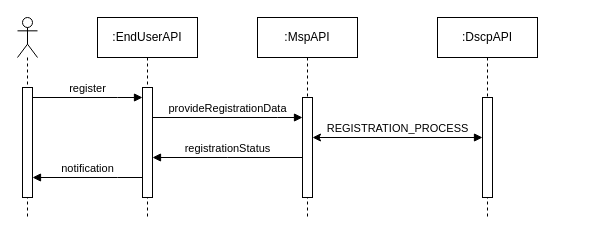
Above: page "onboarding" (3 of 4) of docs/files/figs/diagrams.drawio in FraunhoferISST/End-User-API (draw.io), before the change. Source tidied: cells renumbered, new cells numbered last; positions are measured from the earlier drawing's top-left corner, leaving out a move shared by most shapes. Both pictures are drawn from the tidied source at 100%, with x=0, y=0 at pixel (17, 7).
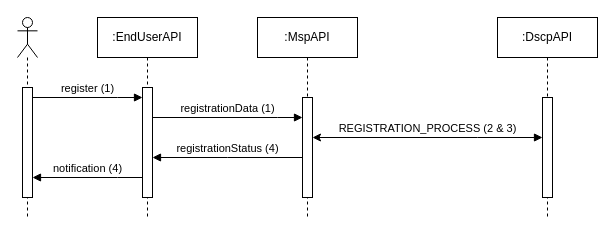
The same diagram, later.

The change refers to these unchanged cells:
```xml
<mxCell id="3" style="html=1;points=[];perimeter=orthogonalPerimeter;outlineConnect=0;targetShapes=umlLifeline;portConstraint=eastwest;newEdgeStyle={&quot;edgeStyle&quot;:&quot;elbowEdgeStyle&quot;,&quot;elbow&quot;:&quot;vertical&quot;,&quot;curved&quot;:0,&quot;rounded&quot;:0};" parent="2" vertex="1">
  <mxGeometry x="45" y="70" width="10" height="110" as="geometry" />
</mxCell>
<mxCell id="5" style="html=1;points=[];perimeter=orthogonalPerimeter;outlineConnect=0;targetShapes=umlLifeline;portConstraint=eastwest;newEdgeStyle={&quot;edgeStyle&quot;:&quot;elbowEdgeStyle&quot;,&quot;elbow&quot;:&quot;vertical&quot;,&quot;curved&quot;:0,&quot;rounded&quot;:0};" parent="4" vertex="1">
  <mxGeometry x="45" y="80" width="10" height="100" as="geometry" />
</mxCell>
<mxCell id="8" style="html=1;points=[];perimeter=orthogonalPerimeter;outlineConnect=0;targetShapes=umlLifeline;portConstraint=eastwest;newEdgeStyle={&quot;edgeStyle&quot;:&quot;elbowEdgeStyle&quot;,&quot;elbow&quot;:&quot;vertical&quot;,&quot;curved&quot;:0,&quot;rounded&quot;:0};" parent="7" vertex="1">
  <mxGeometry x="45" y="80" width="10" height="100" as="geometry" />
</mxCell>
<mxCell id="10" style="html=1;points=[];perimeter=orthogonalPerimeter;outlineConnect=0;targetShapes=umlLifeline;portConstraint=eastwest;newEdgeStyle={&quot;edgeStyle&quot;:&quot;elbowEdgeStyle&quot;,&quot;elbow&quot;:&quot;vertical&quot;,&quot;curved&quot;:0,&quot;rounded&quot;:0};" parent="9" vertex="1">
  <mxGeometry x="5" y="70" width="10" height="110" as="geometry" />
</mxCell>
```

The edit, as a diff of the source:
```diff
@@
-    <mxCell id="6" value="provideRegistrationData" style="html=1;verticalAlign=bottom;endArrow=block;edgeStyle=elbowEdgeStyle;elbow=vertical;curved=0;rounded=0;" parent="1" edge="1" source="3" target="5">
+    <mxCell id="6" value="registrationData (1)" style="html=1;verticalAlign=bottom;endArrow=block;edgeStyle=elbowEdgeStyle;elbow=vertical;curved=0;rounded=0;" parent="1" edge="1" source="3" target="5">
       <mxGeometry relative="1" as="geometry">
         <Array as="points">
           <mxPoint x="260" y="110" />
           <mxPoint x="220" y="90" />
         </Array>
       </mxGeometry>
     </mxCell>
     <mxCell id="7" value=":DscpAPI" style="shape=umlLifeline;perimeter=lifelinePerimeter;whiteSpace=wrap;html=1;newEdgeStyle={&quot;edgeStyle&quot;:&quot;elbowEdgeStyle&quot;,&quot;elbow&quot;:&quot;vertical&quot;,&quot;curved&quot;:0,&quot;rounded&quot;:0};" parent="1" vertex="1">
-      <mxGeometry x="420" y="10" width="100" height="200" as="geometry" />
+      <mxGeometry x="480" y="10" width="100" height="200" as="geometry" />
     </mxCell>
@@
-    <mxCell id="11" value="register" style="html=1;verticalAlign=bottom;endArrow=block;elbow=vertical;rounded=0;" parent="1" edge="1" source="10" target="3">
+    <mxCell id="11" value="register (1)" style="html=1;verticalAlign=bottom;endArrow=block;elbow=vertical;rounded=0;" parent="1" edge="1" source="10" target="3">
       <mxGeometry relative="1" as="geometry">
         <Array as="points">
           <mxPoint x="100" y="90" />
         </Array>
       </mxGeometry>
     </mxCell>
-    <mxCell id="12" value="registrationStatus" style="html=1;verticalAlign=bottom;endArrow=block;edgeStyle=elbowEdgeStyle;elbow=vertical;curved=0;rounded=0;" parent="1" edge="1" source="5">
+    <mxCell id="12" value="registrationStatus (4)" style="html=1;verticalAlign=bottom;endArrow=block;edgeStyle=elbowEdgeStyle;elbow=vertical;curved=0;rounded=0;" parent="1" edge="1" source="5">
       <mxGeometry relative="1" as="geometry">
         <mxPoint x="135" y="150" as="targetPoint" />
         <Array as="points">
           <mxPoint x="210" y="150" />
           <mxPoint x="230" />
         </Array>
       </mxGeometry>
     </mxCell>
-    <mxCell id="13" value="notification" style="html=1;verticalAlign=bottom;endArrow=block;edgeStyle=elbowEdgeStyle;elbow=vertical;curved=0;rounded=0;" parent="1" edge="1">
+    <mxCell id="13" value="notification (4)" style="html=1;verticalAlign=bottom;endArrow=block;edgeStyle=elbowEdgeStyle;elbow=vertical;curved=0;rounded=0;" parent="1" edge="1">
       <mxGeometry relative="1" as="geometry">
         <mxPoint x="125" y="170" as="sourcePoint" />
         <mxPoint x="15" y="170" as="targetPoint" />
         <Array as="points">
           <mxPoint x="100" y="170" />
           <mxPoint x="15" y="170" />
           <mxPoint x="35" y="20" />
         </Array>
       </mxGeometry>
     </mxCell>
-    <mxCell id="14" value="REGISTRATION_PROCESS" style="html=1;verticalAlign=bottom;endArrow=block;edgeStyle=elbowEdgeStyle;elbow=vertical;curved=0;rounded=0;startArrow=classic;startFill=1;" parent="1" edge="1" source="5" target="8">
+    <mxCell id="14" value="REGISTRATION_PROCESS (2 &amp;amp; 3)" style="html=1;verticalAlign=bottom;endArrow=block;edgeStyle=elbowEdgeStyle;elbow=vertical;curved=0;rounded=0;startArrow=classic;startFill=1;" parent="1" edge="1" source="5" target="8">
       <mxGeometry relative="1" as="geometry">
         <Array as="points">
           <mxPoint x="460" y="130" />
           <mxPoint x="400" y="140" />
         </Array>
       </mxGeometry>
     </mxCell>
```
